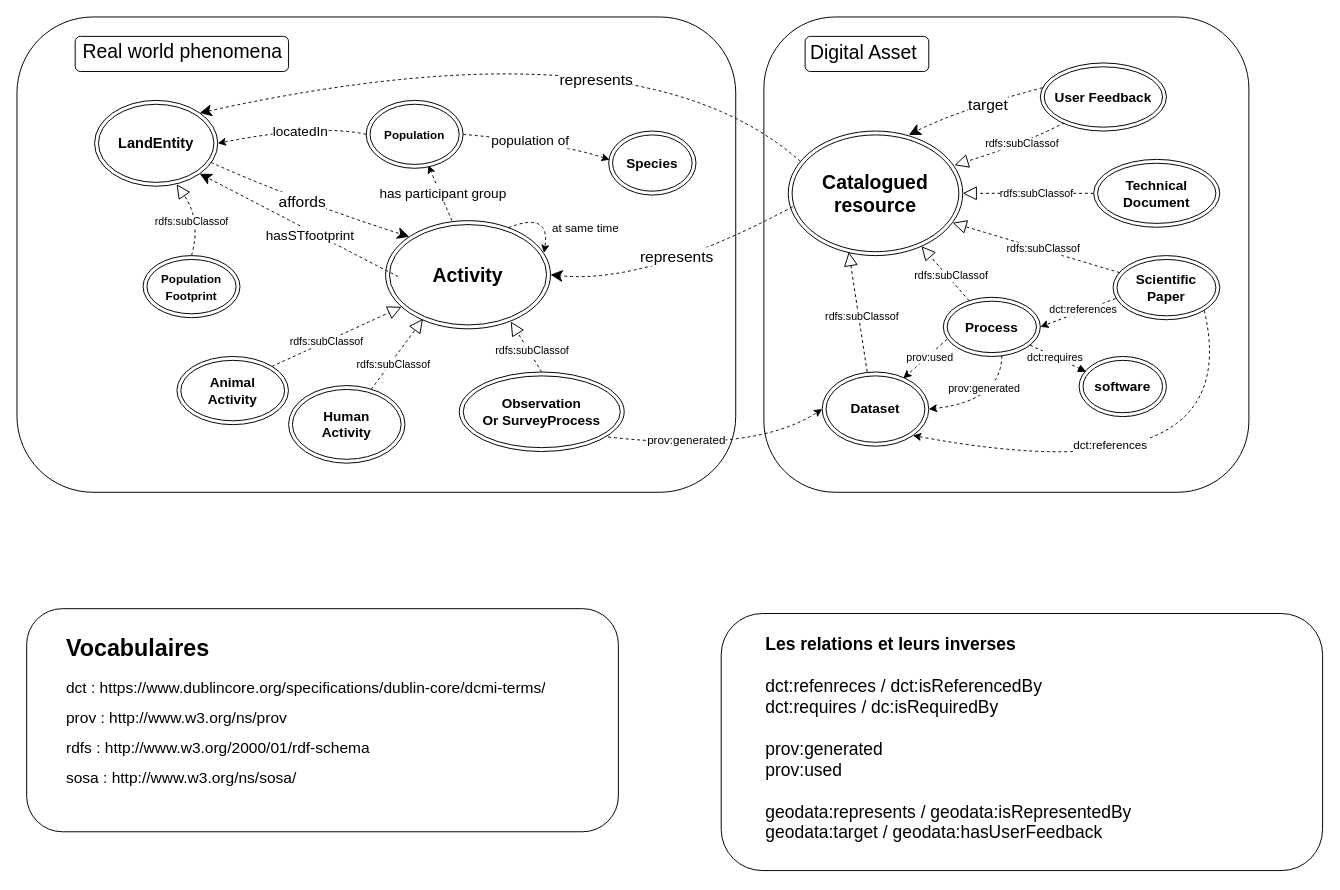
Before: page "Schema principal" (1 of 6) of docs/diagrams/model_KG_article_long.drawio in IntForOut/outdoorPressure, a draw.io diagram. Source tidied: cells renumbered, new cells numbered last; positions are measured from the earlier drawing's top-left corner, leaving out a move shared by most shapes. Both pictures are drawn from the tidied source at 97%, with x=0, y=0 at pixel (16, 16).
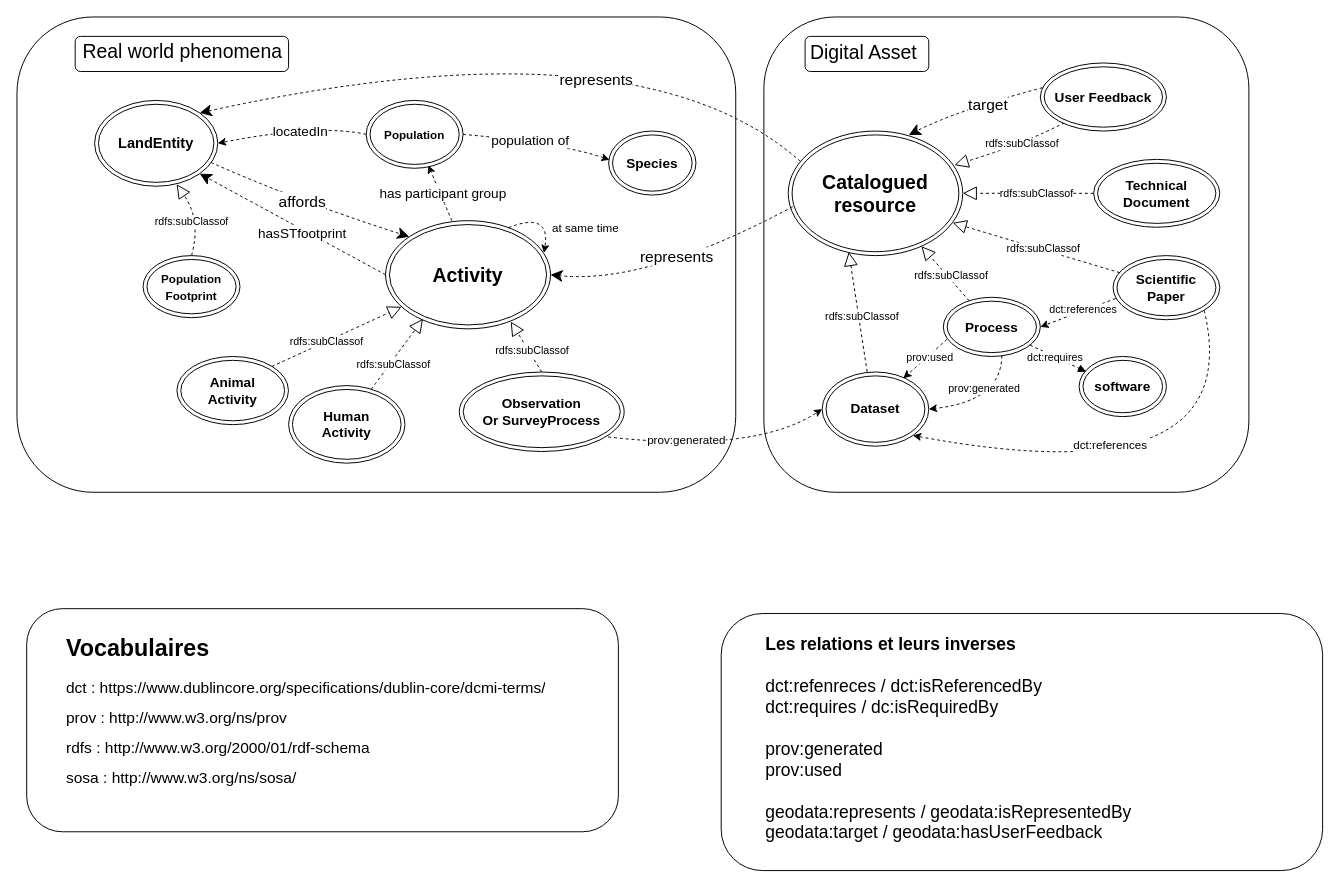
The same page after the edit.

Unchanged cells that the change refers to:
```xml
<mxCell id="18" value="&lt;b&gt;&lt;font style=&quot;font-size: 15px;&quot;&gt;LandEntity&lt;/font&gt;&lt;/b&gt;" style="ellipse;shape=doubleEllipse;whiteSpace=wrap;html=1;fontSize=14;" parent="1" vertex="1">
  <mxGeometry x="80" y="86" width="127" height="88.5" as="geometry" />
</mxCell>
<mxCell id="21" value="&lt;b&gt;&lt;font style=&quot;font-size: 20px;&quot;&gt;Activity&lt;/font&gt;&lt;/b&gt;" style="ellipse;shape=doubleEllipse;whiteSpace=wrap;html=1;fontSize=14;" parent="1" vertex="1">
  <mxGeometry x="380" y="210" width="170" height="111.5" as="geometry" />
</mxCell>
```

What changed in the source:
```diff
@@
-    <mxCell id="72" style="edgeStyle=none;html=1;entryX=1;entryY=1;entryDx=0;entryDy=0;dashed=1;rounded=0;curved=1;exitX=0.007;exitY=0.402;exitDx=0;exitDy=0;exitPerimeter=0;endSize=10;" parent="1" edge="1" target="18">
-      <mxGeometry relative="1" as="geometry">
-        <mxPoint x="392.9" y="267.7" as="sourcePoint" />
-      </mxGeometry>
+    <mxCell id="72" style="edgeStyle=none;html=1;entryX=1;entryY=1;entryDx=0;entryDy=0;dashed=1;rounded=0;curved=1;exitX=0;exitY=0.5;exitDx=0;exitDy=0;endSize=10;" parent="1" edge="1" source="21" target="18">
+      <mxGeometry relative="1" as="geometry" />
     </mxCell>
```
